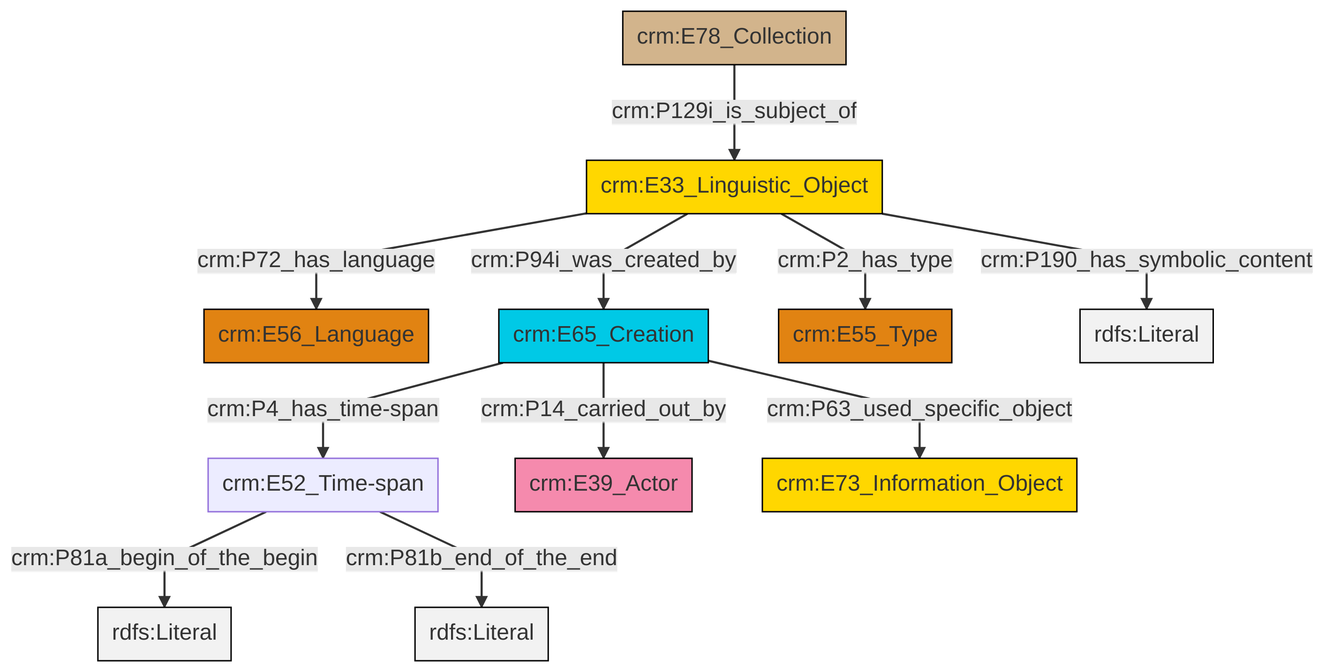
The Mermaid diagram et/archivalCSV/ttl/mmd/png/archival_desc.png in swiss-art-research-net/docs.swissartresearch, before a commit. Its source is kept beside it as et/archivalCSV/ttl/mmd/archival_desc.ttl.mmd.
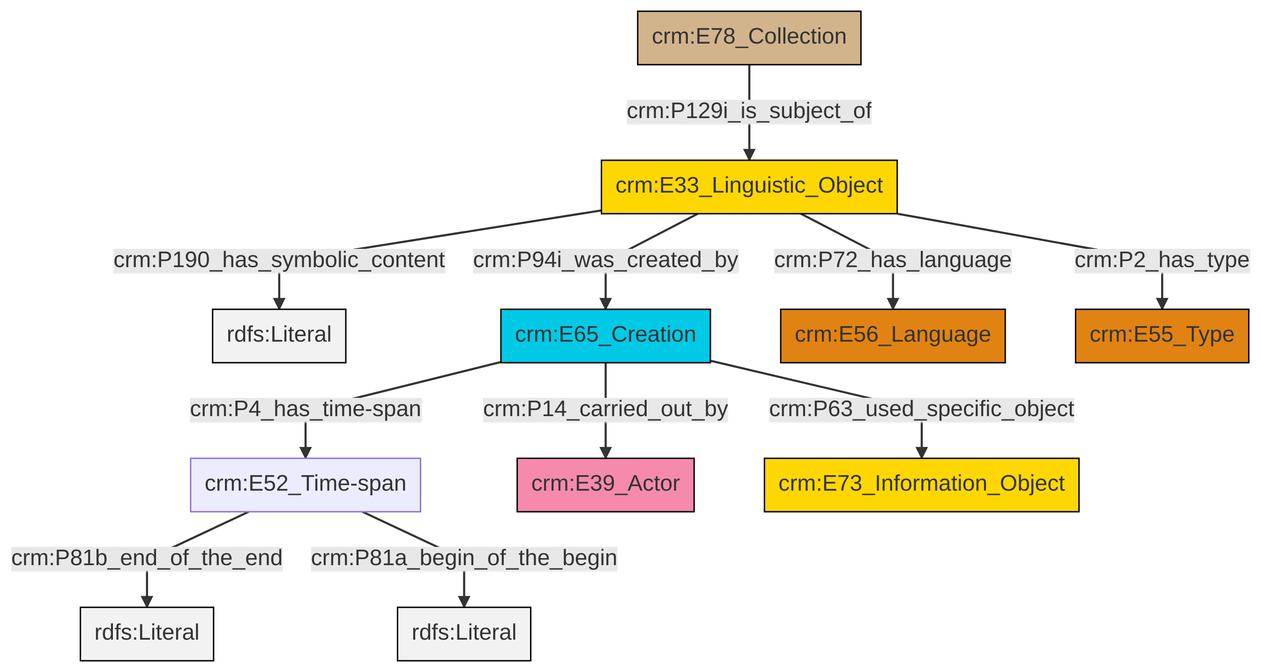
After the change.

Diff of the diagram source:
```diff
@@ -13,13 +13,13 @@
 classDef PC_Classes fill:#4ce600, stroke:#000000;
 classDef Multi fill:#cccccc,stroke:#000000;
 
-0["crm:E52_Time-span"]:::Default -->|crm:P81a_begin_of_the_begin| 6[rdfs:Literal]:::Literal
-0["crm:E52_Time-span"]:::Default -->|crm:P81b_end_of_the_end| 7[rdfs:Literal]:::Literal
-8["crm:E33_Linguistic_Object"]:::Conceptual_Object -->|crm:P72_has_language| 9["crm:E56_Language"]:::Type
-10["crm:E65_Creation"]:::Temporal_Entity -->|crm:P4_has_time-span| 0["crm:E52_Time-span"]:::Default
-10["crm:E65_Creation"]:::Temporal_Entity -->|crm:P63_used_specific_object| 4["crm:E73_Information_Object"]:::Conceptual_Object
-10["crm:E65_Creation"]:::Temporal_Entity -->|crm:P14_carried_out_by| 2["crm:E39_Actor"]:::Actor
-8["crm:E33_Linguistic_Object"]:::Conceptual_Object -->|crm:P2_has_type| 12["crm:E55_Type"]:::Type
-8["crm:E33_Linguistic_Object"]:::Conceptual_Object -->|crm:P94i_was_created_by| 10["crm:E65_Creation"]:::Temporal_Entity
-8["crm:E33_Linguistic_Object"]:::Conceptual_Object -->|crm:P190_has_symbolic_content| 18[rdfs:Literal]:::Literal
-16["crm:E78_Collection"]:::Physical_Thing -->|crm:P129i_is_subject_of| 8["crm:E33_Linguistic_Object"]:::Conceptual_Object
+0["crm:E33_Linguistic_Object"]:::Conceptual_Object -->|crm:P190_has_symbolic_content| 1[rdfs:Literal]:::Literal
+3["crm:E52_Time-span"]:::Default -->|crm:P81b_end_of_the_end| 4[rdfs:Literal]:::Literal
+7["crm:E78_Collection"]:::Physical_Thing -->|crm:P129i_is_subject_of| 0["crm:E33_Linguistic_Object"]:::Conceptual_Object
+9["crm:E65_Creation"]:::Temporal_Entity -->|crm:P4_has_time-span| 3["crm:E52_Time-span"]:::Default
+0["crm:E33_Linguistic_Object"]:::Conceptual_Object -->|crm:P72_has_language| 10["crm:E56_Language"]:::Type
+0["crm:E33_Linguistic_Object"]:::Conceptual_Object -->|crm:P2_has_type| 11["crm:E55_Type"]:::Type
+3["crm:E52_Time-span"]:::Default -->|crm:P81a_begin_of_the_begin| 15[rdfs:Literal]:::Literal
+9["crm:E65_Creation"]:::Temporal_Entity -->|crm:P63_used_specific_object| 13["crm:E73_Information_Object"]:::Conceptual_Object
+0["crm:E33_Linguistic_Object"]:::Conceptual_Object -->|crm:P94i_was_created_by| 9["crm:E65_Creation"]:::Temporal_Entity
+9["crm:E65_Creation"]:::Temporal_Entity -->|crm:P14_carried_out_by| 5["crm:E39_Actor"]:::Actor
```
